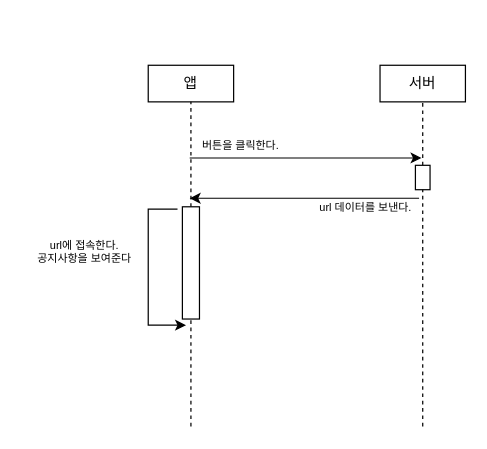
seongjin17/gnu keeps this draw.io diagram as Untitled Diagram.drawio. Above is the earlier version. Source tidied: cells renumbered, new cells numbered last; positions are measured from the earlier drawing's top-left corner, leaving out a move shared by most shapes. Both pictures are drawn from the tidied source at 122%, with x=0, y=0 at pixel (21, 65).
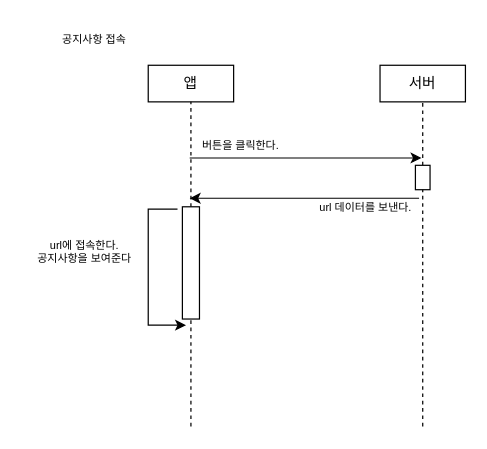
Above is the later version.

The edit, as a diff of the source:
```diff
@@
+    <mxCell id="16" value="공지사항 접속" style="text;html=1;strokeColor=none;fillColor=none;align=center;verticalAlign=middle;whiteSpace=wrap;rounded=0;fontSize=9;" parent="1" vertex="1">
+      <mxGeometry x="26" y="-36" width="68" height="30" as="geometry" />
+    </mxCell>
```
